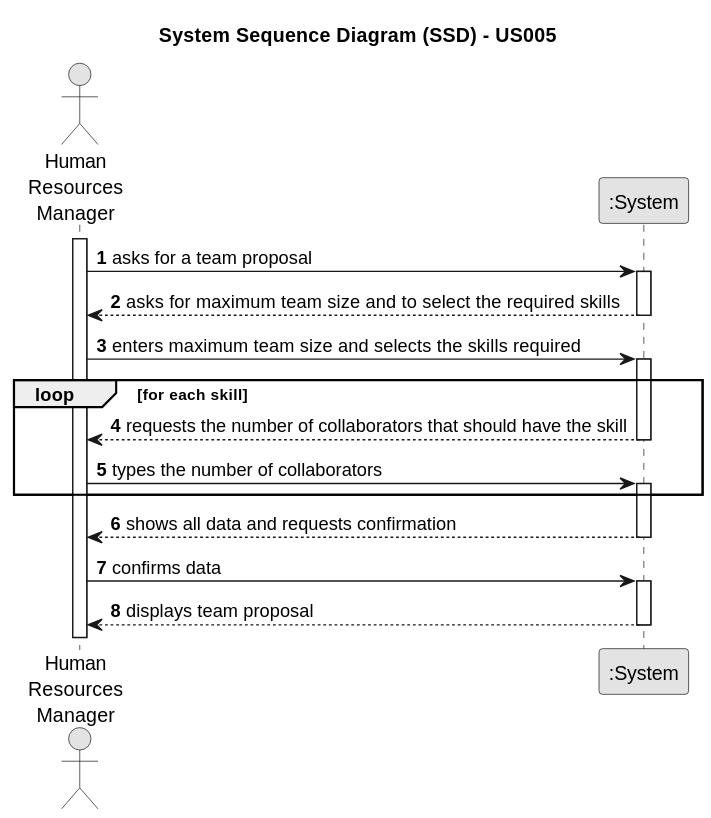
This is docs/sprintA/us005/01.requirements-engineering/svg/us005-system-sequence-diagram.svg from Departamento-de-Engenharia-Informatica/lei-24-s2-1dm-g132, a PlantUML export, as it was before one commit. The source it was exported from:
```plantuml
@startuml
skinparam monochrome true
skinparam packageStyle rectangle
skinparam shadowing false

title System Sequence Diagram (SSD) - US005

autonumber

actor "Human\nResources\nManager" as HRM
participant ":System" as System

activate HRM

    HRM -> System : asks for a team proposal
    activate System

        System --> HRM : asks for maximum team size and to select the required skills
    deactivate System

    HRM -> System : enters maximum team size and selects the skills required
    activate System

    loop for each skill
        System --> HRM : requests the number of collaborators that should have the skill
    deactivate System

    HRM -> System : types the number of collaborators
    activate System
    end

        System --> HRM : shows all data and requests confirmation
    deactivate System

    HRM -> System : confirms data
    activate System

        System --> HRM : displays team proposal
    deactivate System
@enduml
```
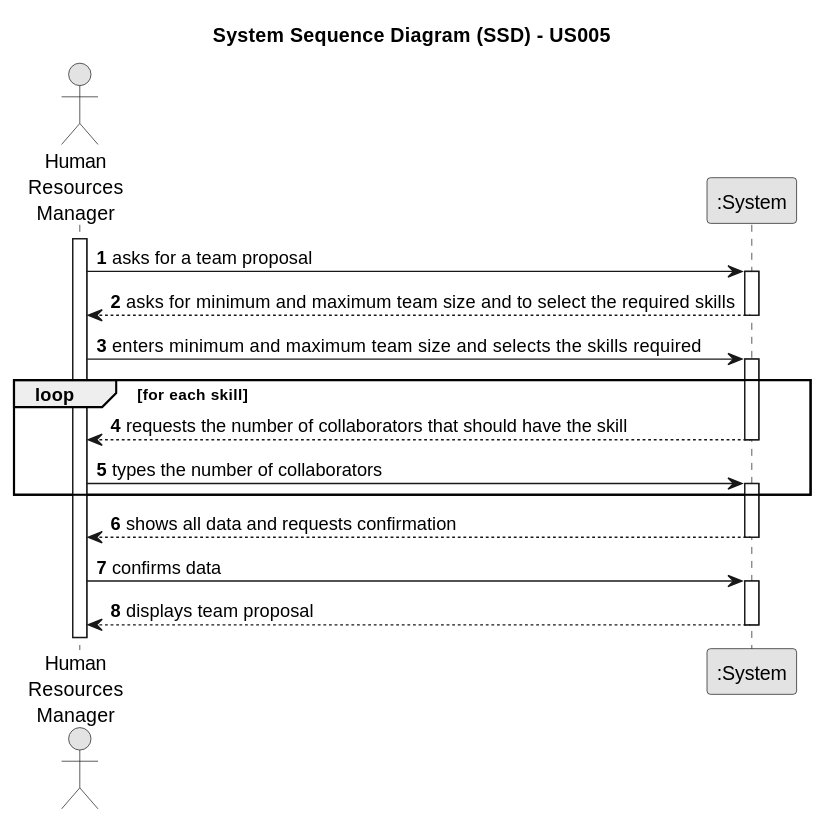
The same file after the commit.

Change to the diagram source:
```diff
@@ -15,10 +15,10 @@
     HRM -> System : asks for a team proposal
     activate System
 
-        System --> HRM : asks for maximum team size and to select the required skills
+        System --> HRM : asks for minimum and maximum team size and to select the required skills
     deactivate System
 
-    HRM -> System : enters maximum team size and selects the skills required
+    HRM -> System : enters  minimum and maximum team size and selects the skills required
     activate System
 
     loop for each skill
```
